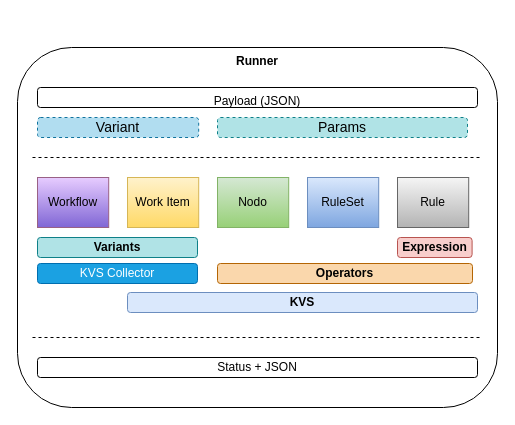
This is page "Components" (1 of 5) of NRule.drawio from edervzz/nrules, a draw.io file, before an edit. Source tidied: cells renumbered, new cells numbered last; positions are measured from the earlier drawing's top-left corner, leaving out a move shared by most shapes. Both pictures are drawn from the tidied source at 100%, with x=0, y=0 at pixel (17, 47).
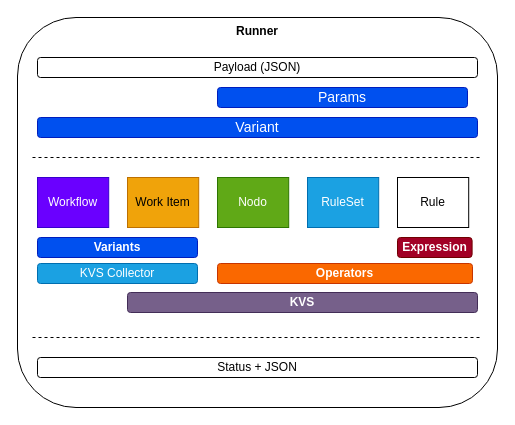
After the change.

Change to the diagram source:
```diff
@@
     <mxCell id="2" value="&lt;b&gt;&lt;font style=&quot;font-size: 12px;&quot;&gt;Runner&lt;/font&gt;&lt;/b&gt;" style="rounded=1;whiteSpace=wrap;html=1;verticalAlign=top;" parent="1" vertex="1">
-      <mxGeometry width="480" height="360" as="geometry" />
+      <mxGeometry y="-30" width="480" height="390" as="geometry" />
     </mxCell>
-    <mxCell id="3" value="Rule" style="rounded=0;whiteSpace=wrap;html=1;verticalAlign=middle;align=center;fillColor=#f5f5f5;strokeColor=#666666;gradientColor=#b3b3b3;" parent="1" vertex="1">
+    <mxCell id="3" value="Rule" style="rounded=0;whiteSpace=wrap;html=1;verticalAlign=middle;align=center;" parent="1" vertex="1">
       <mxGeometry x="380" y="130" width="71.2" height="50" as="geometry" />
     </mxCell>
-    <mxCell id="4" value="RuleSet" style="rounded=0;whiteSpace=wrap;html=1;verticalAlign=middle;align=center;fillColor=#dae8fc;strokeColor=#6c8ebf;gradientColor=#7ea6e0;" parent="1" vertex="1">
+    <mxCell id="4" value="RuleSet" style="rounded=0;whiteSpace=wrap;html=1;verticalAlign=middle;align=center;fillColor=#1ba1e2;strokeColor=#006EAF;fontColor=#ffffff;" parent="1" vertex="1">
       <mxGeometry x="290" y="130" width="71.2" height="50" as="geometry" />
     </mxCell>
-    <mxCell id="5" value="Nodo" style="rounded=0;whiteSpace=wrap;html=1;verticalAlign=middle;align=center;fillColor=#d5e8d4;strokeColor=#82b366;gradientColor=#97d077;" parent="1" vertex="1">
+    <mxCell id="5" value="Nodo" style="rounded=0;whiteSpace=wrap;html=1;verticalAlign=middle;align=center;fillColor=#60a917;strokeColor=#2D7600;fontColor=#ffffff;" parent="1" vertex="1">
       <mxGeometry x="200" y="130" width="71.2" height="50" as="geometry" />
     </mxCell>
-    <mxCell id="6" value="Work&amp;nbsp;&lt;span style=&quot;background-color: initial;&quot;&gt;Item&lt;/span&gt;" style="rounded=0;whiteSpace=wrap;html=1;verticalAlign=middle;align=center;fillColor=#fff2cc;strokeColor=#d6b656;gradientColor=#ffd966;" parent="1" vertex="1">
+    <mxCell id="6" value="Work&amp;nbsp;&lt;span style=&quot;background-color: initial;&quot;&gt;Item&lt;/span&gt;" style="rounded=0;whiteSpace=wrap;html=1;verticalAlign=middle;align=center;fillColor=#f0a30a;strokeColor=#BD7000;fontColor=#000000;" parent="1" vertex="1">
       <mxGeometry x="110" y="130" width="71.2" height="50" as="geometry" />
     </mxCell>
-    <mxCell id="7" value="Workflow" style="rounded=0;whiteSpace=wrap;html=1;verticalAlign=middle;align=center;fillColor=#E7CCFF;strokeColor=#996185;gradientColor=#8066D5;gradientDirection=south;" parent="1" vertex="1">
+    <mxCell id="7" value="Workflow" style="rounded=0;whiteSpace=wrap;html=1;verticalAlign=middle;align=center;fillColor=#6a00ff;strokeColor=#3700CC;gradientDirection=south;fontColor=#ffffff;" parent="1" vertex="1">
       <mxGeometry x="20" y="130" width="71.2" height="50" as="geometry" />
     </mxCell>
-    <mxCell id="8" value="&lt;b style=&quot;font-size: 12px;&quot;&gt;&lt;font style=&quot;font-size: 12px;&quot;&gt;Expression&lt;/font&gt;&lt;/b&gt;" style="rounded=1;whiteSpace=wrap;html=1;verticalAlign=middle;fontSize=12;fillColor=#f8cecc;strokeColor=#b85450;" parent="1" vertex="1">
+    <mxCell id="8" value="&lt;b style=&quot;font-size: 12px;&quot;&gt;&lt;font style=&quot;font-size: 12px;&quot;&gt;Expression&lt;/font&gt;&lt;/b&gt;" style="rounded=1;whiteSpace=wrap;html=1;verticalAlign=middle;fontSize=12;fillColor=#a20025;strokeColor=#6F0000;fontColor=#ffffff;" parent="1" vertex="1">
       <mxGeometry x="380" y="190" width="74.6" height="20" as="geometry" />
     </mxCell>
-    <mxCell id="9" value="&lt;b style=&quot;font-size: 12px;&quot;&gt;&lt;font style=&quot;font-size: 12px;&quot;&gt;KVS&lt;/font&gt;&lt;/b&gt;" style="rounded=1;whiteSpace=wrap;html=1;verticalAlign=middle;fontSize=12;fillColor=#dae8fc;strokeColor=#6c8ebf;" parent="1" vertex="1">
+    <mxCell id="9" value="&lt;b style=&quot;font-size: 12px;&quot;&gt;&lt;font style=&quot;font-size: 12px;&quot;&gt;KVS&lt;/font&gt;&lt;/b&gt;" style="rounded=1;whiteSpace=wrap;html=1;verticalAlign=middle;fontSize=12;fillColor=#76608a;strokeColor=#432D57;fontColor=#ffffff;" parent="1" vertex="1">
       <mxGeometry x="110" y="245" width="350" height="20" as="geometry" />
     </mxCell>
-    <mxCell id="10" value="&lt;b style=&quot;font-size: 12px;&quot;&gt;&lt;font style=&quot;font-size: 12px;&quot;&gt;Variants&lt;/font&gt;&lt;/b&gt;" style="rounded=1;whiteSpace=wrap;html=1;verticalAlign=middle;fontSize=12;fillColor=#b0e3e6;strokeColor=#0e8088;" parent="1" vertex="1">
+    <mxCell id="10" value="&lt;b style=&quot;font-size: 12px;&quot;&gt;&lt;font style=&quot;font-size: 12px;&quot;&gt;Variants&lt;/font&gt;&lt;/b&gt;" style="rounded=1;whiteSpace=wrap;html=1;verticalAlign=middle;fontSize=12;fillColor=#0050ef;strokeColor=#001DBC;fontColor=#ffffff;" parent="1" vertex="1">
       <mxGeometry x="20" y="190" width="160" height="20" as="geometry" />
     </mxCell>
-    <mxCell id="11" value="&lt;b style=&quot;font-size: 12px;&quot;&gt;&lt;font style=&quot;font-size: 12px;&quot;&gt;Operators&lt;/font&gt;&lt;/b&gt;" style="rounded=1;whiteSpace=wrap;html=1;verticalAlign=middle;fontSize=12;fillColor=#fad7ac;strokeColor=#b46504;" parent="1" vertex="1">
+    <mxCell id="11" value="&lt;b style=&quot;font-size: 12px;&quot;&gt;&lt;font style=&quot;font-size: 12px;&quot;&gt;Operators&lt;/font&gt;&lt;/b&gt;" style="rounded=1;whiteSpace=wrap;html=1;verticalAlign=middle;fontSize=12;fillColor=#fa6800;strokeColor=#C73500;fontColor=#FFFFFF;" parent="1" vertex="1">
       <mxGeometry x="200" y="216" width="255" height="20" as="geometry" />
     </mxCell>
@@
-    <mxCell id="13" value="&lt;div&gt;&lt;font style=&quot;font-size: 12px;&quot;&gt;Payload (JSON)&lt;/font&gt;&lt;/div&gt;" style="rounded=1;whiteSpace=wrap;html=1;verticalAlign=top;" parent="1" vertex="1">
-      <mxGeometry x="20" y="40" width="440" height="20" as="geometry" />
+    <mxCell id="13" value="&lt;div&gt;&lt;font style=&quot;font-size: 12px;&quot;&gt;Payload (JSON)&lt;/font&gt;&lt;/div&gt;" style="rounded=1;whiteSpace=wrap;html=1;verticalAlign=middle;" parent="1" vertex="1">
+      <mxGeometry x="20" y="10" width="440" height="20" as="geometry" />
     </mxCell>
-    <mxCell id="14" value="Params" style="rounded=1;whiteSpace=wrap;html=1;verticalAlign=middle;fontSize=14;fillColor=#b0e3e6;strokeColor=#0e8088;dashed=1;" parent="1" vertex="1">
-      <mxGeometry x="200" y="70" width="250" height="20" as="geometry" />
+    <mxCell id="14" value="Params" style="rounded=1;whiteSpace=wrap;html=1;verticalAlign=middle;fontSize=14;fillColor=#0050ef;strokeColor=#001DBC;fontColor=#ffffff;" parent="1" vertex="1">
+      <mxGeometry x="200" y="40" width="250" height="20" as="geometry" />
     </mxCell>
-    <mxCell id="15" value="Variant" style="rounded=1;whiteSpace=wrap;html=1;verticalAlign=middle;fontSize=14;fillColor=#b1ddf0;strokeColor=#10739e;dashed=1;" parent="1" vertex="1">
-      <mxGeometry x="20" y="70" width="161.2" height="20" as="geometry" />
+    <mxCell id="15" value="Variant" style="rounded=1;whiteSpace=wrap;html=1;verticalAlign=middle;fontSize=14;fillColor=#0050ef;strokeColor=#001DBC;fontColor=#ffffff;" parent="1" vertex="1">
+      <mxGeometry x="20" y="70" width="440" height="20" as="geometry" />
     </mxCell>
```
